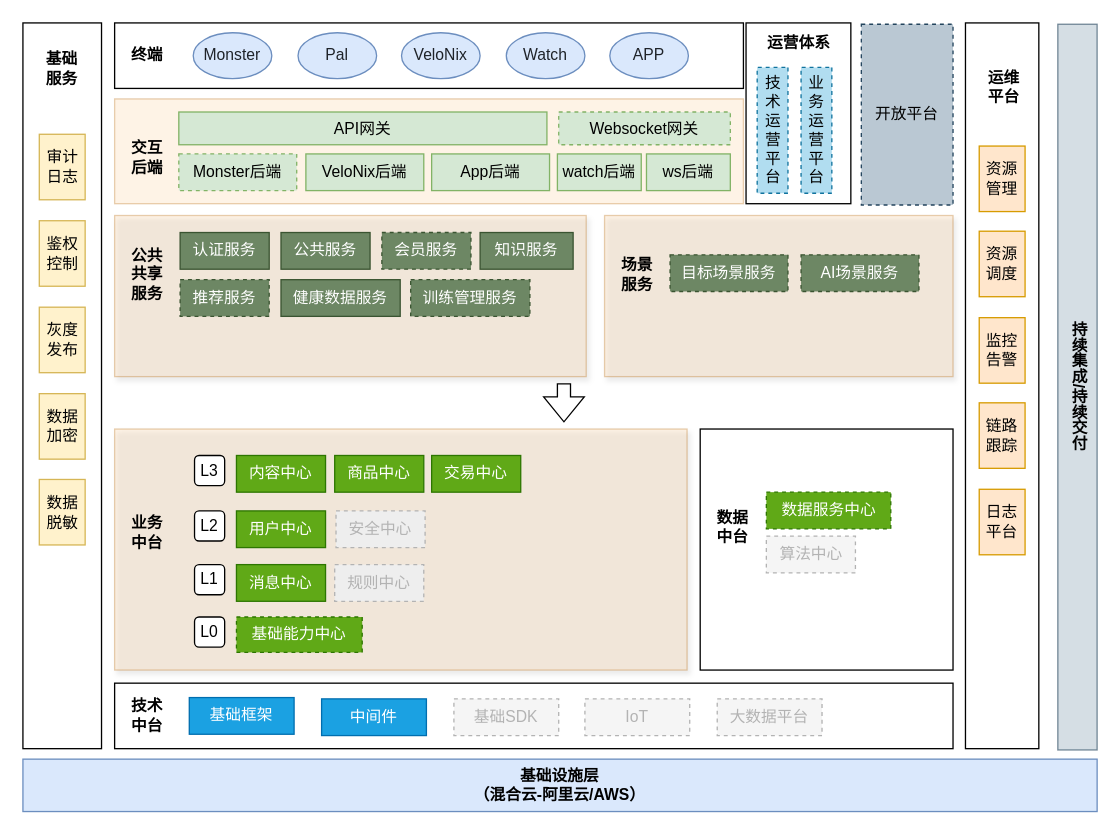
Above: 微服务架构.drawio in bert561/drawio-sj (draw.io), before the change. Source tidied: cells renumbered, new cells numbered last; positions are measured from the earlier drawing's top-left corner, leaving out a move shared by most shapes. Both pictures are drawn from the tidied source at 131%, with x=0, y=0 at pixel (22, 22).
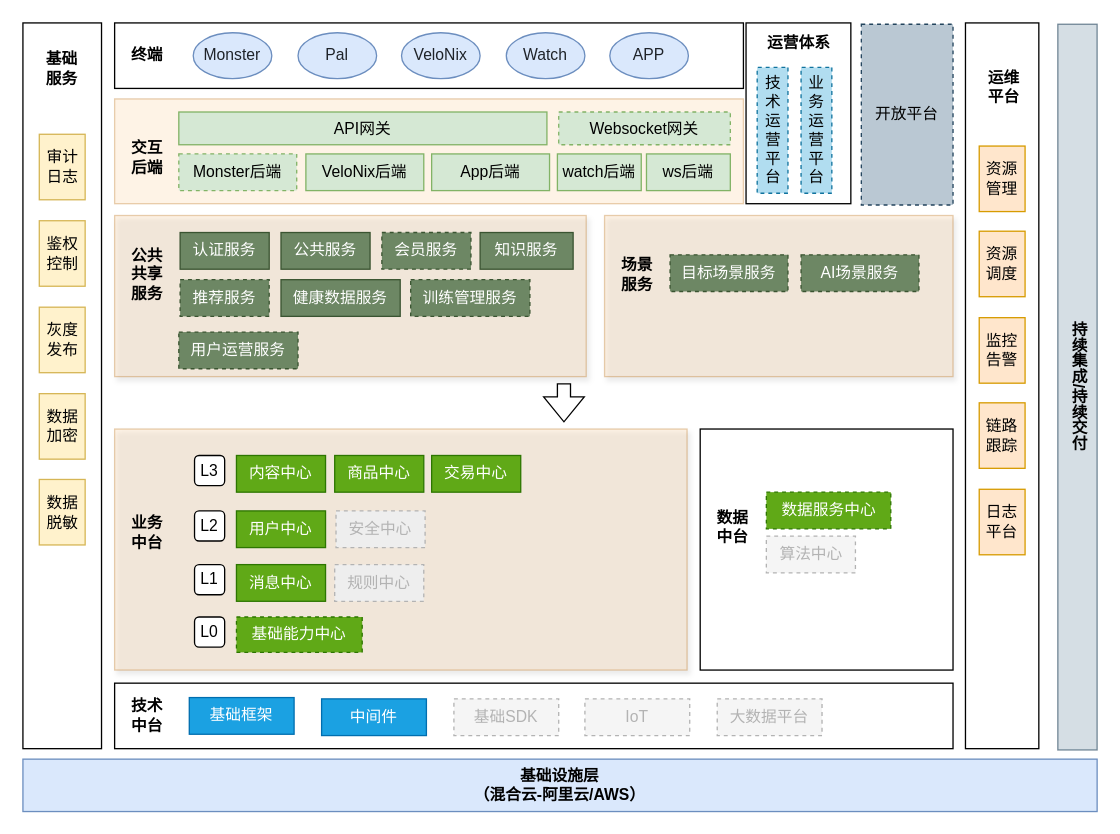
After the change.

Commit message:
新增用户运营服务

The edit, as a diff of the source:
```diff
@@
+    <mxCell id="78" value="用户运营服务" style="rounded=0;whiteSpace=wrap;html=1;fillColor=#6d8764;strokeColor=#3A5431;fontColor=#ffffff;dashed=1;" parent="1" vertex="1">
+      <mxGeometry x="119" y="236" width="91" height="28" as="geometry" />
+    </mxCell>
```
